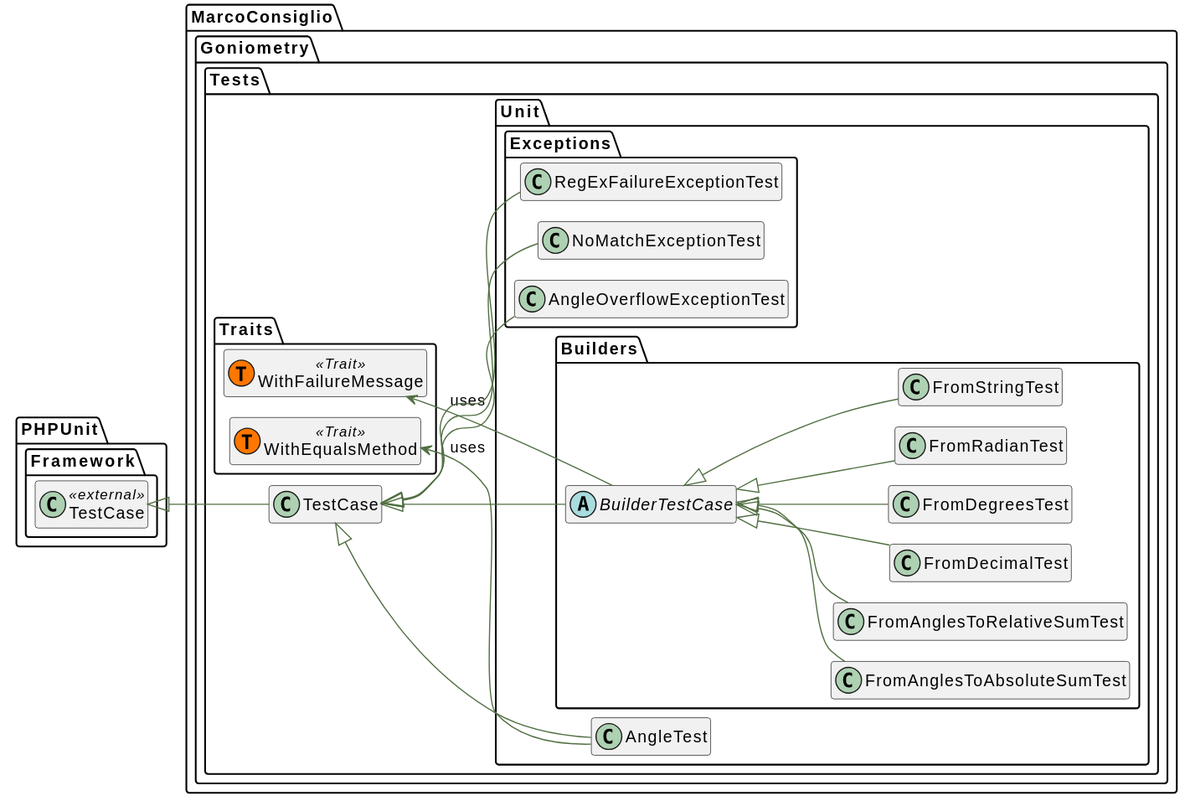
Earlier version of the PlantUML export docs/uml/tests-class-diagram.svg (MarcoConsiglio/goniometry). Its diagram source:
```plantuml
@startuml
!pragma layout smetana
   skinparam ArrowColor #516f42
   skinparam activityBorderColor #516f42
   skinparam activityBackgroundColor #ffffff
   skinparam activityDiamondBorderColor #516f42
   skinparam activityDiamondBackgroundColor #ffffff
   skinparam shadowing false

skinparam shadowing false
skinparam linetype ortho
hide empty members
left to right direction
set namespaceSeparator \\

namespace PHPUnit\\Framework {
    class "TestCase" as TestCase__class << external >>{
    }
}
namespace MarcoConsiglio\\Goniometry\\Tests {
     class "TestCase" as TestCase__class   extends \\PHPUnit\\Framework\\TestCase__class  {
    }
}
namespace MarcoConsiglio\\Goniometry\\Tests\\Traits {
    class "WithEqualsMethod"  as WithEqualsMethod__trait << (T,#FF7700) Trait >> {
    }
}
namespace MarcoConsiglio\\Goniometry\\Tests\\Traits {
    class "WithFailureMessage"  as WithFailureMessage__trait << (T,#FF7700) Trait >> {
    }
}
\\MarcoConsiglio\\Goniometry\\Tests\\Traits\\WithEqualsMethod__trait <-- \\MarcoConsiglio\\Goniometry\\Tests\\Unit\\AngleTest__class : uses
namespace MarcoConsiglio\\Goniometry\\Tests\\Unit {
     class "AngleTest" as AngleTest__class   extends \\MarcoConsiglio\\Goniometry\\Tests\\TestCase__class  {
    }
}
\\MarcoConsiglio\\Goniometry\\Tests\\Traits\\WithFailureMessage__trait <-- \\MarcoConsiglio\\Goniometry\\Tests\\Unit\\Builders\\BuilderTestCase__class : uses
namespace MarcoConsiglio\\Goniometry\\Tests\\Unit\\Builders {
    abstract  class "BuilderTestCase" as BuilderTestCase__class   extends \\MarcoConsiglio\\Goniometry\\Tests\\TestCase__class  {
    }
}
namespace MarcoConsiglio\\Goniometry\\Tests\\Unit\\Builders {
     class "FromAnglesToAbsoluteSumTest" as FromAnglesToAbsoluteSumTest__class   extends \\MarcoConsiglio\\Goniometry\\Tests\\Unit\\Builders\\BuilderTestCase__class  {
    }
}
namespace MarcoConsiglio\\Goniometry\\Tests\\Unit\\Builders {
     class "FromAnglesToRelativeSumTest" as FromAnglesToRelativeSumTest__class   extends \\MarcoConsiglio\\Goniometry\\Tests\\Unit\\Builders\\BuilderTestCase__class  {
    }
}
namespace MarcoConsiglio\\Goniometry\\Tests\\Unit\\Builders {
     class "FromDecimalTest" as FromDecimalTest__class   extends \\MarcoConsiglio\\Goniometry\\Tests\\Unit\\Builders\\BuilderTestCase__class  {
    }
}
namespace MarcoConsiglio\\Goniometry\\Tests\\Unit\\Builders {
     class "FromDegreesTest" as FromDegreesTest__class   extends \\MarcoConsiglio\\Goniometry\\Tests\\Unit\\Builders\\BuilderTestCase__class  {
    }
}
namespace MarcoConsiglio\\Goniometry\\Tests\\Unit\\Builders {
     class "FromRadianTest" as FromRadianTest__class   extends \\MarcoConsiglio\\Goniometry\\Tests\\Unit\\Builders\\BuilderTestCase__class  {
    }
}
namespace MarcoConsiglio\\Goniometry\\Tests\\Unit\\Builders {
     class "FromStringTest" as FromStringTest__class   extends \\MarcoConsiglio\\Goniometry\\Tests\\Unit\\Builders\\BuilderTestCase__class  {
    }
}
namespace MarcoConsiglio\\Goniometry\\Tests\\Unit\\Exceptions {
     class "AngleOverflowExceptionTest" as AngleOverflowExceptionTest__class   extends \\MarcoConsiglio\\Goniometry\\Tests\\TestCase__class  {
    }
}
namespace MarcoConsiglio\\Goniometry\\Tests\\Unit\\Exceptions {
     class "NoMatchExceptionTest" as NoMatchExceptionTest__class   extends \\MarcoConsiglio\\Goniometry\\Tests\\TestCase__class  {
    }
}
namespace MarcoConsiglio\\Goniometry\\Tests\\Unit\\Exceptions {
     class "RegExFailureExceptionTest" as RegExFailureExceptionTest__class   extends \\MarcoConsiglio\\Goniometry\\Tests\\TestCase__class  {
    }
}
@enduml
```
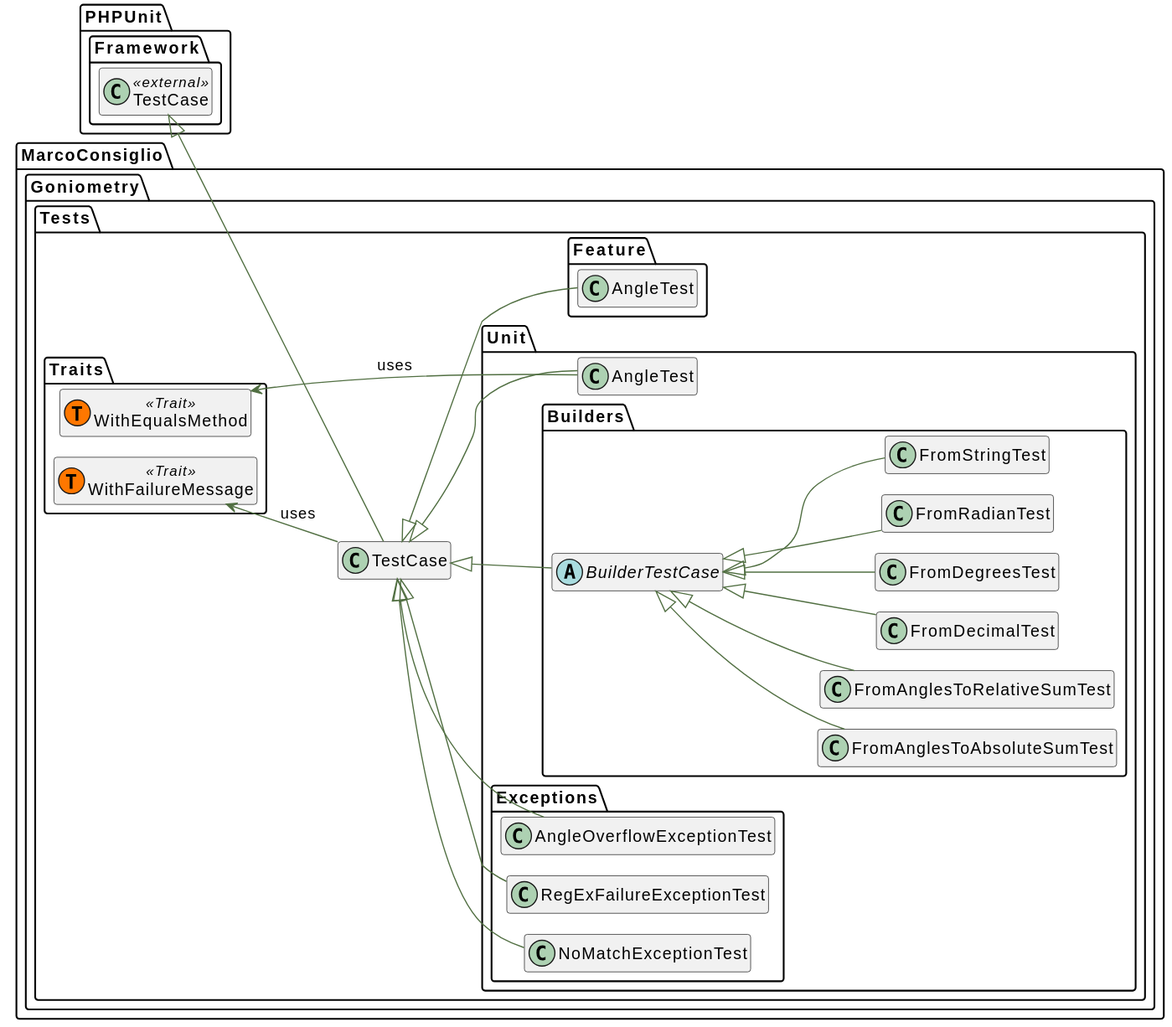
After the commit.

Commit message:
Updated tests class diagram.

Change to the diagram source:
```diff
@@ -17,16 +17,21 @@
     class "TestCase" as TestCase__class << external >>{
     }
 }
+namespace MarcoConsiglio\\Goniometry\\Tests\\Traits {
+    class "WithFailureMessage"  as WithFailureMessage__trait << (T,#FF7700) Trait >> {
+    }
+}
+\\MarcoConsiglio\\Goniometry\\Tests\\Traits\\WithFailureMessage__trait <-- \\MarcoConsiglio\\Goniometry\\Tests\\TestCase__class : uses
 namespace MarcoConsiglio\\Goniometry\\Tests {
      class "TestCase" as TestCase__class   extends \\PHPUnit\\Framework\\TestCase__class  {
     }
 }
-namespace MarcoConsiglio\\Goniometry\\Tests\\Traits {
-    class "WithEqualsMethod"  as WithEqualsMethod__trait << (T,#FF7700) Trait >> {
+namespace MarcoConsiglio\\Goniometry\\Tests\\Feature {
+     class "AngleTest" as AngleTest__class   extends \\MarcoConsiglio\\Goniometry\\Tests\\TestCase__class  {
     }
 }
 namespace MarcoConsiglio\\Goniometry\\Tests\\Traits {
-    class "WithFailureMessage"  as WithFailureMessage__trait << (T,#FF7700) Trait >> {
+    class "WithEqualsMethod"  as WithEqualsMethod__trait << (T,#FF7700) Trait >> {
     }
 }
 \\MarcoConsiglio\\Goniometry\\Tests\\Traits\\WithEqualsMethod__trait <-- \\MarcoConsiglio\\Goniometry\\Tests\\Unit\\AngleTest__class : uses
@@ -34,7 +39,6 @@
      class "AngleTest" as AngleTest__class   extends \\MarcoConsiglio\\Goniometry\\Tests\\TestCase__class  {
     }
 }
-\\MarcoConsiglio\\Goniometry\\Tests\\Traits\\WithFailureMessage__trait <-- \\MarcoConsiglio\\Goniometry\\Tests\\Unit\\Builders\\BuilderTestCase__class : uses
 namespace MarcoConsiglio\\Goniometry\\Tests\\Unit\\Builders {
     abstract  class "BuilderTestCase" as BuilderTestCase__class   extends \\MarcoConsiglio\\Goniometry\\Tests\\TestCase__class  {
     }
```
